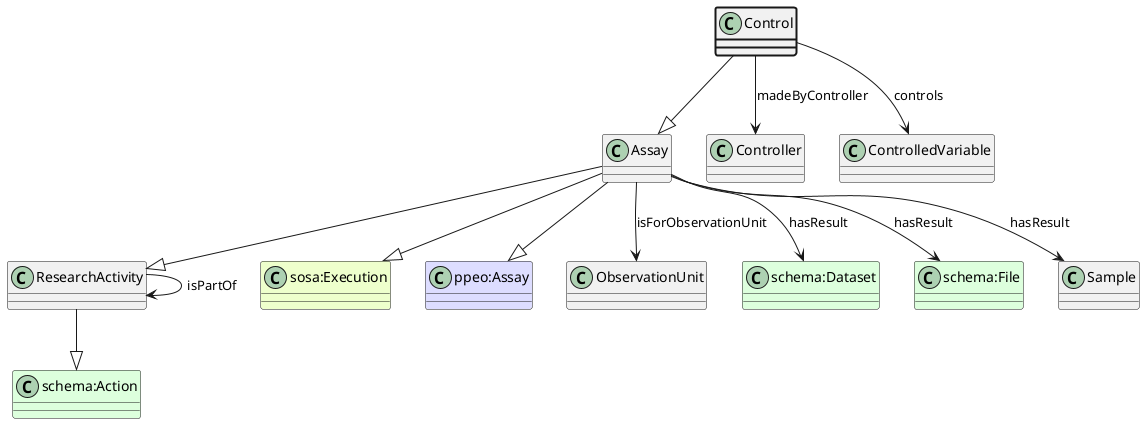
aus-plant-phenomics-network/appn-schema keeps this PlantUML diagram as ttl_uml/ttl_appn_Control.png. Above is the earlier version.
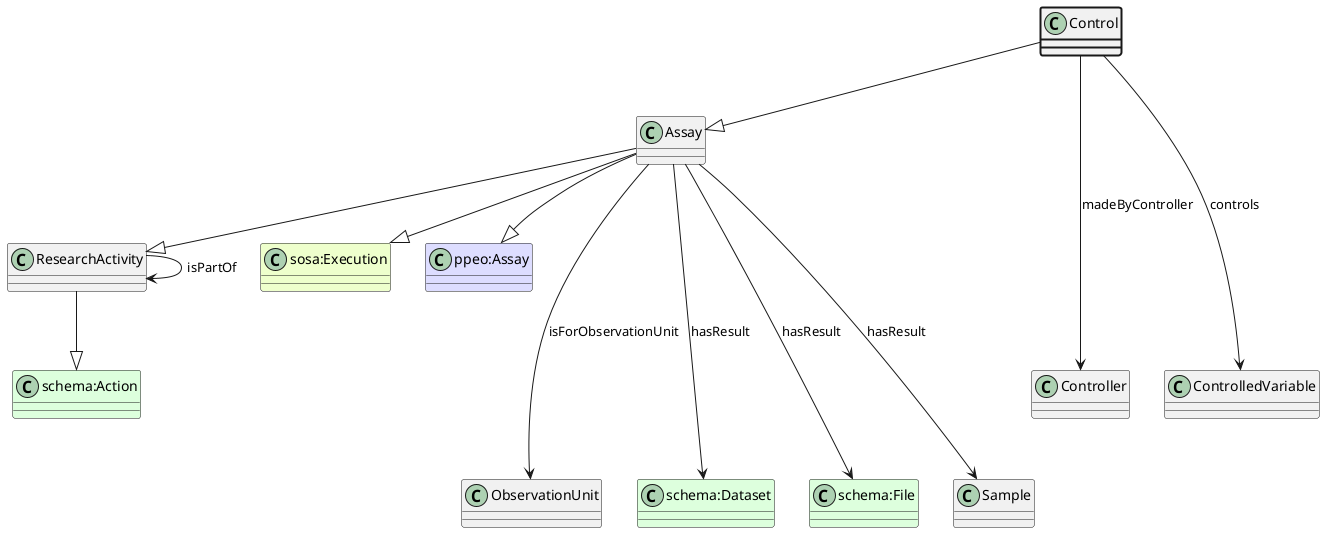
After the change.

Change to the diagram source:
```diff
@@ -5,23 +5,23 @@
 class "schema:Action" #DDFFDD
 ResearchActivity --|> "schema:Action"
 class ResearchActivity
-ResearchActivity --> ResearchActivity : isPartOf
+ResearchActivity ----> ResearchActivity : isPartOf
 Assay --|> ResearchActivity
 class "sosa:Execution" #EEFFCC
 Assay --|> "sosa:Execution"
 class "ppeo:Assay" #DDDDFF
 Assay --|> "ppeo:Assay"
 class ObservationUnit
-Assay --> ObservationUnit : isForObservationUnit
+Assay ----> ObservationUnit : isForObservationUnit
 class "schema:Dataset" #DDFFDD
-Assay --> "schema:Dataset" : hasResult
+Assay ----> "schema:Dataset" : hasResult
 class "schema:File" #DDFFDD
-Assay --> "schema:File" : hasResult
+Assay ----> "schema:File" : hasResult
 class Sample
-Assay --> Sample : hasResult
+Assay ----> Sample : hasResult
 Control --|> Assay
 class Controller
-Control --> Controller : madeByController
+Control ----> Controller : madeByController
 class ControlledVariable
-Control --> ControlledVariable : controls
+Control ----> ControlledVariable : controls
 @enduml
```
